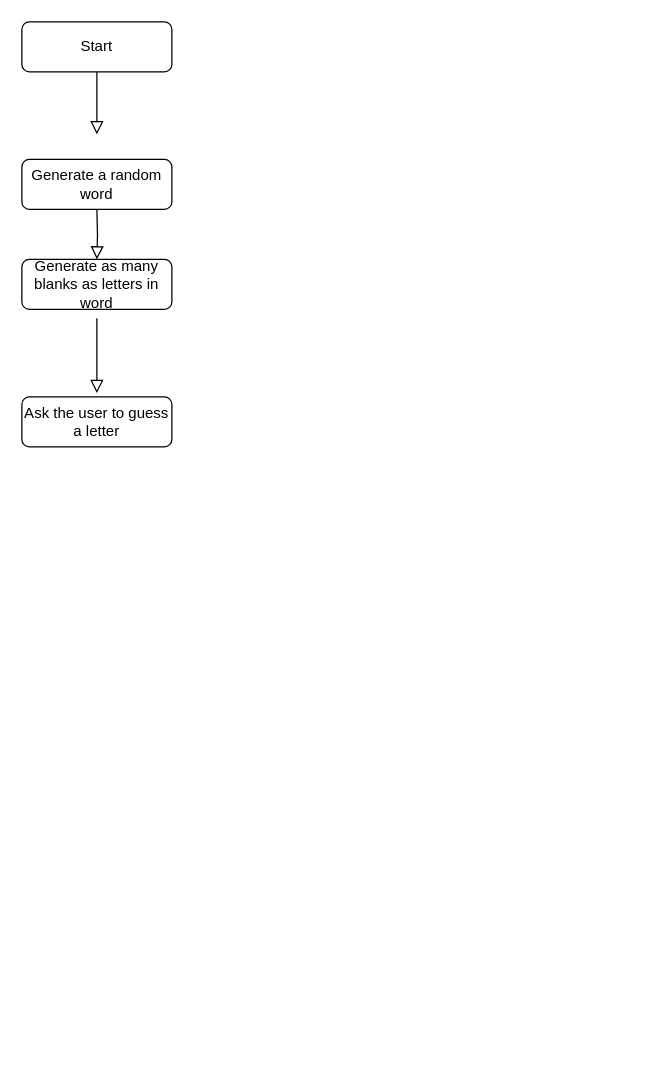
Earlier version of the draw.io diagram Untitled Diagram.drawio (Kwakye-Emmanuel/IT-Automation-python). Source tidied: cells renumbered, new cells numbered last; positions are measured from the earlier drawing's top-left corner, leaving out a move shared by most shapes. Both pictures are drawn from the tidied source at 125%, with x=0, y=0 at pixel (21, 21).
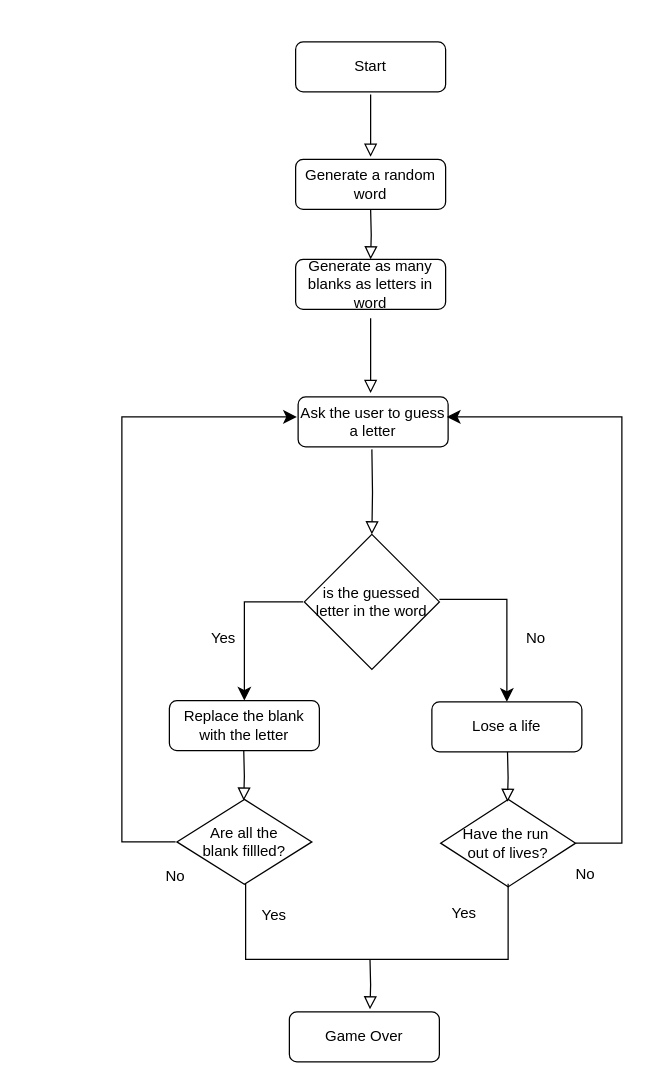
The same page after the edit.

The edit, as a diff of the source:
```diff
@@
-    <mxCell id="2" style="rounded=0;html=1;jettySize=auto;fontSize=11;endArrow=block;endFill=0;endSize=8;strokeWidth=1;shadow=0;labelBackgroundColor=none;edgeStyle=orthogonalEdgeStyle;" parent="1" edge="1" source="3">
+    <mxCell id="2" style="rounded=0;html=1;jettySize=auto;orthogonalLoop=1;fontSize=11;endArrow=block;endFill=0;endSize=8;strokeWidth=1;shadow=0;labelBackgroundColor=none;edgeStyle=orthogonalEdgeStyle;" parent="1" edge="1">
       <mxGeometry relative="1" as="geometry">
-        <mxPoint x="60" y="90" as="targetPoint" />
+        <mxPoint x="279" y="58" as="sourcePoint" />
+        <mxPoint x="279" y="108" as="targetPoint" />
       </mxGeometry>
     </mxCell>
     <mxCell id="3" value="Start" style="rounded=1;whiteSpace=wrap;html=1;fontSize=12;glass=0;strokeWidth=1;shadow=0;" parent="1" vertex="1">
-      <mxGeometry width="120" height="40" as="geometry" />
+      <mxGeometry x="219" y="16" width="120" height="40" as="geometry" />
     </mxCell>
     <mxCell id="4" style="rounded=0;html=1;jettySize=auto;orthogonalLoop=1;fontSize=11;endArrow=block;endFill=0;endSize=8;strokeWidth=1;shadow=0;labelBackgroundColor=none;edgeStyle=orthogonalEdgeStyle;" parent="1" edge="1">
       <mxGeometry y="20" relative="1" as="geometry">
-        <mxPoint x="60" y="150" as="sourcePoint" />
-        <mxPoint x="60" y="190" as="targetPoint" />
+        <mxPoint x="279" y="150" as="sourcePoint" />
+        <mxPoint x="279" y="190" as="targetPoint" />
       </mxGeometry>
     </mxCell>
     <mxCell id="5" style="rounded=0;html=1;jettySize=auto;orthogonalLoop=1;fontSize=11;endArrow=block;endFill=0;endSize=8;strokeWidth=1;shadow=0;labelBackgroundColor=none;edgeStyle=orthogonalEdgeStyle;" parent="1" edge="1">
       <mxGeometry x="0.33" y="20" relative="1" as="geometry">
-        <mxPoint x="60" y="237" as="sourcePoint" />
-        <mxPoint x="60" y="297" as="targetPoint" />
+        <mxPoint x="279" y="237" as="sourcePoint" />
+        <mxPoint x="279" y="297" as="targetPoint" />
       </mxGeometry>
     </mxCell>
     <mxCell id="6" value="Ask the user to guess a letter" style="rounded=1;whiteSpace=wrap;html=1;fontSize=12;glass=0;strokeWidth=1;shadow=0;" parent="1" vertex="1">
-      <mxGeometry y="300" width="120" height="40" as="geometry" />
+      <mxGeometry x="221" y="300" width="120" height="40" as="geometry" />
     </mxCell>
     <mxCell id="7" value="Generate a random word" style="rounded=1;whiteSpace=wrap;html=1;fontSize=12;glass=0;strokeWidth=1;shadow=0;" parent="1" vertex="1">
-      <mxGeometry y="110" width="120" height="40" as="geometry" />
+      <mxGeometry x="219" y="110" width="120" height="40" as="geometry" />
     </mxCell>
     <mxCell id="8" value="Generate as many blanks as letters in word" style="rounded=1;whiteSpace=wrap;html=1;fontSize=12;glass=0;strokeWidth=1;shadow=0;" parent="1" vertex="1">
-      <mxGeometry y="190" width="120" height="40" as="geometry" />
+      <mxGeometry x="219" y="190" width="120" height="40" as="geometry" />
     </mxCell>
+    <mxCell id="9" style="rounded=0;html=1;jettySize=auto;fontSize=11;endArrow=block;endFill=0;endSize=8;strokeWidth=1;shadow=0;labelBackgroundColor=none;edgeStyle=orthogonalEdgeStyle;" parent="1" edge="1" target="10">
+      <mxGeometry x="0.33" y="20" relative="1" as="geometry">
+        <mxPoint x="280" y="342" as="sourcePoint" />
+      </mxGeometry>
+    </mxCell>
+    <mxCell id="10" value="&lt;div&gt;is the guessed&lt;/div&gt;&lt;div&gt;letter in the word&lt;br&gt;&lt;/div&gt;" style="rhombus;whiteSpace=wrap;html=1;" parent="1" vertex="1">
+      <mxGeometry x="226" y="410" width="108" height="108" as="geometry" />
+    </mxCell>
+    <mxCell id="11" style="edgeStyle=elbowEdgeStyle;elbow=horizontal;endArrow=classic;html=1;curved=0;rounded=0;endSize=8;startSize=8;" parent="1" edge="1">
+      <mxGeometry relative="1" as="geometry">
+        <mxPoint x="123" y="656" as="sourcePoint" />
+        <mxPoint x="220" y="316" as="targetPoint" />
+        <Array as="points">
+          <mxPoint x="80" y="426" />
+        </Array>
+      </mxGeometry>
+    </mxCell>
+    <mxCell id="12" style="edgeStyle=segmentEdgeStyle;endArrow=classic;html=1;curved=0;rounded=0;endSize=8;startSize=8;entryX=0.5;entryY=0;entryDx=0;entryDy=0;" parent="1" edge="1" target="14">
+      <mxGeometry relative="1" as="geometry">
+        <mxPoint x="225" y="464" as="sourcePoint" />
+      </mxGeometry>
+    </mxCell>
+    <mxCell id="13" style="edgeStyle=segmentEdgeStyle;endArrow=classic;html=1;curved=0;rounded=0;endSize=8;startSize=8;entryX=0.5;entryY=0;entryDx=0;entryDy=0;" parent="1" edge="1" target="15">
+      <mxGeometry relative="1" as="geometry">
+        <mxPoint x="334" y="462" as="sourcePoint" />
+      </mxGeometry>
+    </mxCell>
+    <mxCell id="14" value="Replace the blank with the letter" style="rounded=1;whiteSpace=wrap;html=1;fontSize=12;glass=0;strokeWidth=1;shadow=0;" parent="1" vertex="1">
+      <mxGeometry x="118" y="543" width="120" height="40" as="geometry" />
+    </mxCell>
+    <mxCell id="15" value="Lose a life" style="rounded=1;whiteSpace=wrap;html=1;fontSize=12;glass=0;strokeWidth=1;shadow=0;" parent="1" vertex="1">
+      <mxGeometry x="328" y="544" width="120" height="40" as="geometry" />
+    </mxCell>
+    <mxCell id="16" value="Yes" style="text;html=1;align=center;verticalAlign=middle;strokeColor=none;fillColor=none;" parent="1" vertex="1">
+      <mxGeometry x="141" y="478" width="40" height="30" as="geometry" />
+    </mxCell>
+    <mxCell id="17" value="No" style="text;html=1;align=center;verticalAlign=middle;strokeColor=none;fillColor=none;" parent="1" vertex="1">
+      <mxGeometry x="391" y="478" width="40" height="30" as="geometry" />
+    </mxCell>
+    <mxCell id="18" value="&lt;div&gt;Are all the &lt;br&gt;&lt;/div&gt;&lt;div&gt;blank fillled?&lt;br&gt;&lt;/div&gt;" style="rhombus;whiteSpace=wrap;html=1;" parent="1" vertex="1">
+      <mxGeometry x="124" y="622" width="108" height="68" as="geometry" />
+    </mxCell>
+    <mxCell id="19" value="&lt;div&gt;Have the run&amp;nbsp;&lt;/div&gt;&lt;div&gt;out of lives?&lt;/div&gt;" style="rhombus;whiteSpace=wrap;html=1;" parent="1" vertex="1">
+      <mxGeometry x="335" y="622" width="108" height="70" as="geometry" />
+    </mxCell>
+    <mxCell id="20" style="rounded=0;html=1;jettySize=auto;orthogonalLoop=1;fontSize=11;endArrow=block;endFill=0;endSize=8;strokeWidth=1;shadow=0;labelBackgroundColor=none;edgeStyle=orthogonalEdgeStyle;" parent="1" edge="1">
+      <mxGeometry x="0.33" y="20" relative="1" as="geometry">
+        <mxPoint x="177.5" y="583" as="sourcePoint" />
+        <mxPoint x="177.5" y="623" as="targetPoint" />
+      </mxGeometry>
+    </mxCell>
+    <mxCell id="21" style="rounded=0;html=1;jettySize=auto;orthogonalLoop=1;fontSize=11;endArrow=block;endFill=0;endSize=8;strokeWidth=1;shadow=0;labelBackgroundColor=none;edgeStyle=orthogonalEdgeStyle;" parent="1" edge="1">
+      <mxGeometry x="0.33" y="20" relative="1" as="geometry">
+        <mxPoint x="388.5" y="584" as="sourcePoint" />
+        <mxPoint x="388.5" y="624" as="targetPoint" />
+      </mxGeometry>
+    </mxCell>
+    <mxCell id="22" style="edgeStyle=elbowEdgeStyle;elbow=horizontal;endArrow=classic;html=1;curved=0;rounded=0;endSize=8;startSize=8;exitX=1;exitY=0.5;exitDx=0;exitDy=0;" parent="1" edge="1" source="19">
+      <mxGeometry relative="1" as="geometry">
+        <mxPoint x="340" y="316" as="targetPoint" />
+        <Array as="points">
+          <mxPoint x="480" y="426" />
+        </Array>
+      </mxGeometry>
+    </mxCell>
+    <mxCell id="23" style="shape=partialRectangle;whiteSpace=wrap;html=1;bottom=1;right=1;left=1;top=0;fillColor=none;routingCenterX=-0.5;" parent="1" vertex="1">
+      <mxGeometry x="179" y="690" width="210" height="60" as="geometry" />
+    </mxCell>
+    <mxCell id="24" value="&lt;div&gt;Yes&lt;/div&gt;" style="text;html=1;strokeColor=none;fillColor=none;align=center;verticalAlign=middle;whiteSpace=wrap;rounded=0;" parent="1" vertex="1">
+      <mxGeometry x="172" y="700" width="60" height="30" as="geometry" />
+    </mxCell>
+    <mxCell id="25" value="&lt;div&gt;Yes&lt;/div&gt;" style="text;html=1;strokeColor=none;fillColor=none;align=center;verticalAlign=middle;whiteSpace=wrap;rounded=0;" parent="1" vertex="1">
+      <mxGeometry x="324" y="698" width="60" height="30" as="geometry" />
+    </mxCell>
+    <mxCell id="26" value="No" style="text;html=1;strokeColor=none;fillColor=none;align=center;verticalAlign=middle;whiteSpace=wrap;rounded=0;" parent="1" vertex="1">
+      <mxGeometry x="421" y="667" width="60" height="30" as="geometry" />
+    </mxCell>
+    <mxCell id="27" value="No" style="text;html=1;strokeColor=none;fillColor=none;align=center;verticalAlign=middle;whiteSpace=wrap;rounded=0;" parent="1" vertex="1">
+      <mxGeometry x="93" y="669" width="60" height="30" as="geometry" />
+    </mxCell>
+    <mxCell id="28" style="rounded=0;html=1;jettySize=auto;orthogonalLoop=1;fontSize=11;endArrow=block;endFill=0;endSize=8;strokeWidth=1;shadow=0;labelBackgroundColor=none;edgeStyle=orthogonalEdgeStyle;" parent="1" edge="1">
+      <mxGeometry x="0.33" y="20" relative="1" as="geometry">
+        <mxPoint x="278.5" y="750" as="sourcePoint" />
+        <mxPoint x="278.5" y="790" as="targetPoint" />
+      </mxGeometry>
+    </mxCell>
+    <mxCell id="29" value="Game Over" style="rounded=1;whiteSpace=wrap;html=1;fontSize=12;glass=0;strokeWidth=1;shadow=0;" parent="1" vertex="1">
+      <mxGeometry x="214" y="792" width="120" height="40" as="geometry" />
+    </mxCell>
```
